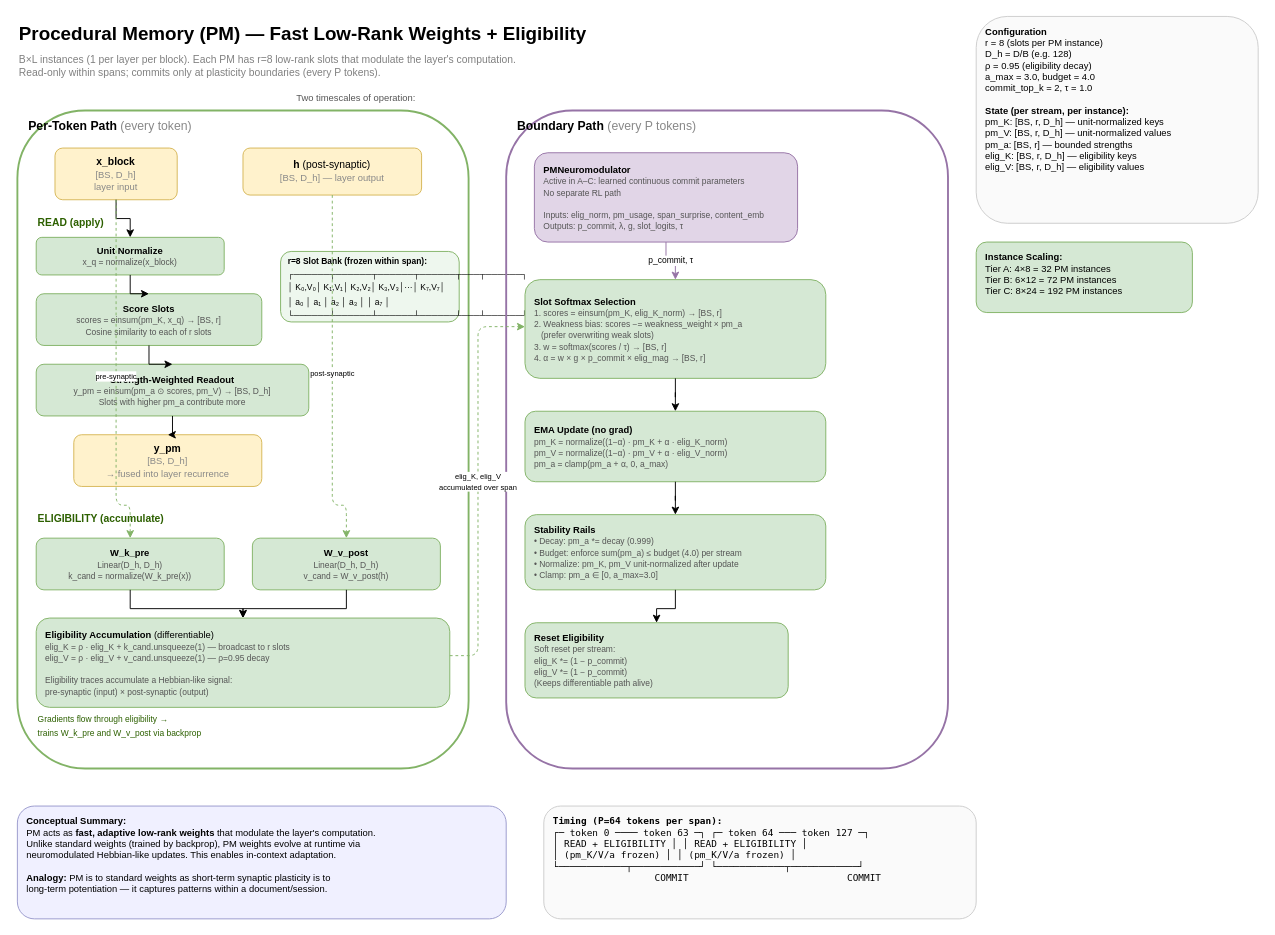
alxdofficial/neuromorphic keeps this draw.io diagram as docs/diagrams/procedural_memory.drawio. Above is the earlier version. Source tidied: cells renumbered, new cells numbered last; positions are measured from the earlier drawing's top-left corner, leaving out a move shared by most shapes. Both pictures are drawn from the tidied source at 94%, with x=0, y=0 at pixel (17, 16).
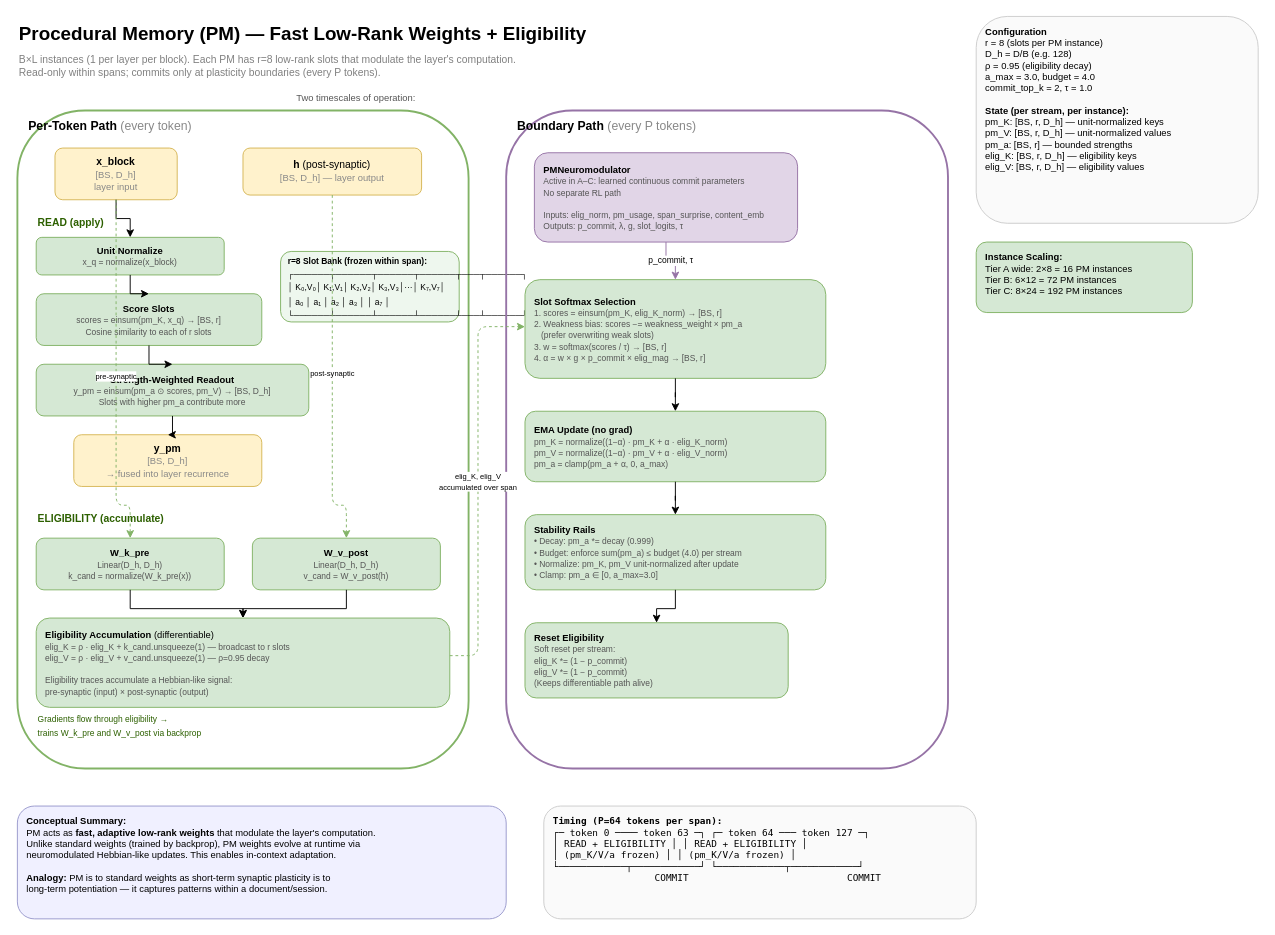
Above is the later version.

Change to the diagram source:
```diff
@@
-    <mxCell id="5" value="&lt;font style=&quot;font-size: 10px;&quot;&gt;&lt;b&gt;Instance Scaling:&lt;/b&gt;&lt;br&gt;Tier A: 4×8 = 32 PM instances&lt;br&gt;Tier B: 6×12 = 72 PM instances&lt;br&gt;Tier C: 8×24 = 192 PM instances&lt;/font&gt;" style="rounded=1;whiteSpace=wrap;html=1;fillColor=#d5e8d4;strokeColor=#82b366;fontSize=10;align=left;verticalAlign=top;spacingLeft=8;spacingTop=4;" parent="1" vertex="1">
+    <mxCell id="5" value="&lt;font style=&quot;font-size: 10px;&quot;&gt;&lt;b&gt;Instance Scaling:&lt;/b&gt;&lt;br&gt;Tier A wide: 2×8 = 16 PM instances&lt;br&gt;Tier B: 6×12 = 72 PM instances&lt;br&gt;Tier C: 8×24 = 192 PM instances&lt;/font&gt;" style="rounded=1;whiteSpace=wrap;html=1;fillColor=#d5e8d4;strokeColor=#82b366;fontSize=10;align=left;verticalAlign=top;spacingLeft=8;spacingTop=4;" parent="1" vertex="1">
       <mxGeometry x="1020" y="240" width="230" height="75" as="geometry" />
     </mxCell>
```
